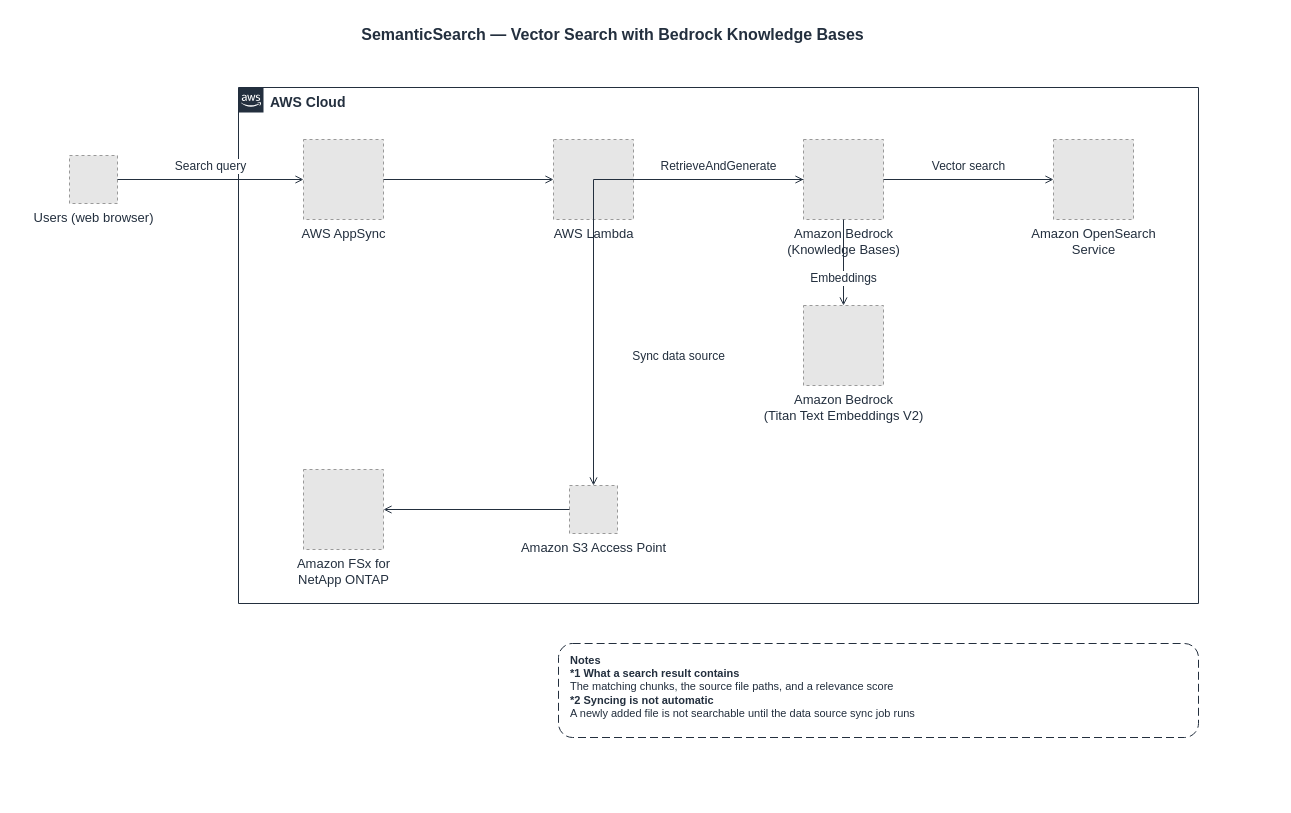
This is docs/diagrams/part3-semantic-search-en.drawio from Yoshiki0705/FSx-for-ONTAP-S3AccessPoints-Serverless-Patterns, a draw.io file, before an edit. Source tidied: cells renumbered, new cells numbered last; positions are measured from the earlier drawing's top-left corner, leaving out a move shared by most shapes. Both pictures are drawn from the tidied source at 100%, with x=0, y=0 at pixel (25, 17). Pictures stored in the file or linked from it are replaced by grey dashed boxes.
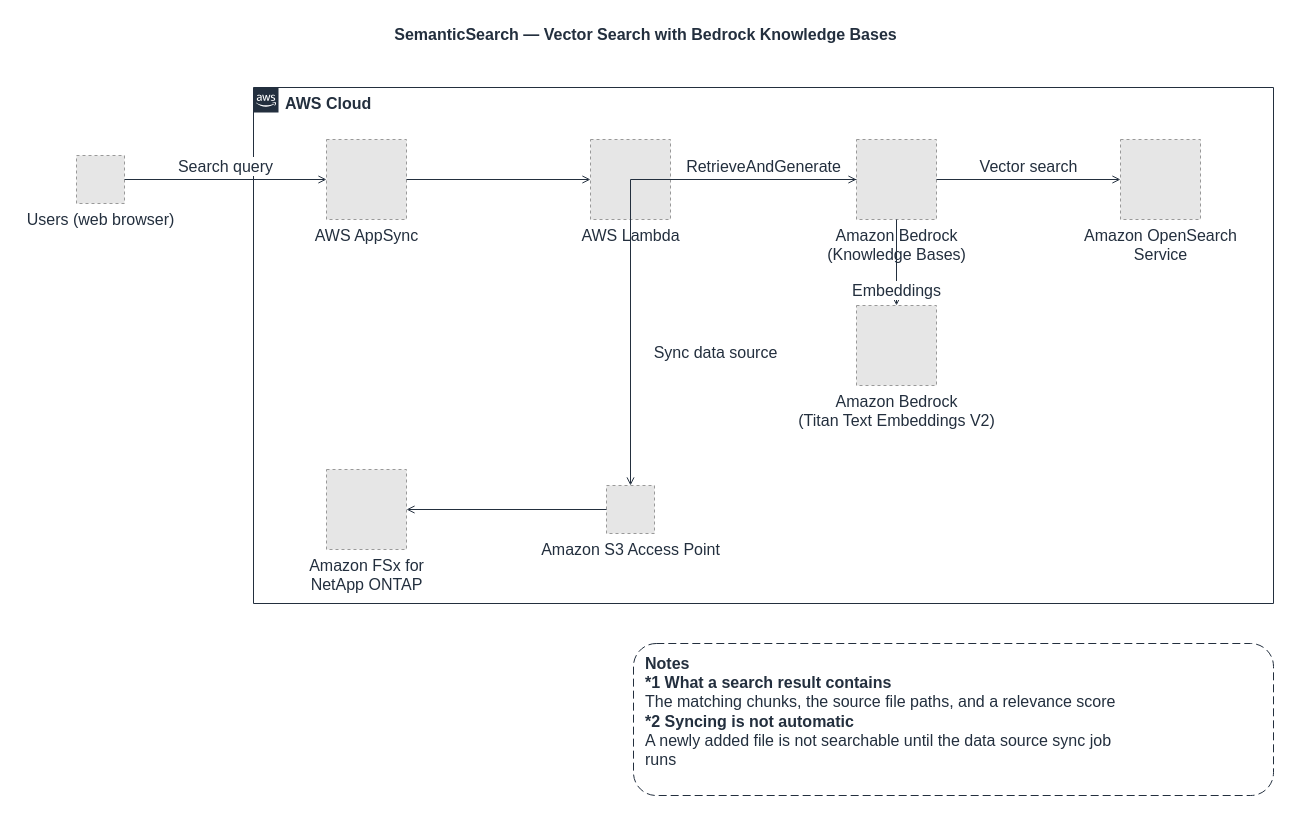
After the change.

What changed in the source:
```diff
@@
     <mxCell id="2" value="SemanticSearch — Vector Search with Bedrock Knowledge Bases" style="text;html=1;align=center;verticalAlign=middle;fontSize=16;fontStyle=1;fontColor=#232F3E;" parent="1" vertex="1">
-      <mxGeometry width="1173" height="34" as="geometry" />
+      <mxGeometry x="-8" width="1256" height="34" as="geometry" />
     </mxCell>
-    <mxCell id="3" value="AWS Cloud" style="gradientColor=none;html=1;whiteSpace=wrap;fontSize=14;fontStyle=1;shape=mxgraph.aws4.group;grIcon=mxgraph.aws4.group_aws_cloud_alt;strokeColor=#232F3E;fillColor=none;verticalAlign=top;align=left;spacingLeft=30;fontColor=#232F3E;dashed=0;" parent="1" vertex="1">
-      <mxGeometry x="213" y="70" width="960" height="516" as="geometry" />
+    <mxCell id="3" value="AWS Cloud" style="gradientColor=none;html=1;whiteSpace=wrap;fontSize=16;fontStyle=1;shape=mxgraph.aws4.group;grIcon=mxgraph.aws4.group_aws_cloud_alt;strokeColor=#232F3E;fillColor=none;verticalAlign=top;align=left;spacingLeft=30;fontColor=#232F3E;dashed=0;" parent="1" vertex="1">
+      <mxGeometry x="228" y="70" width="1020" height="516" as="geometry" />
     </mxCell>
-    <mxCell id="4" value="Users (web browser)" style="fillColor=#E6E6E6;strokeColor=#999999;dashed=1;html=1;verticalLabelPosition=bottom;verticalAlign=top;labelPosition=center;align=center;fontSize=13;fontColor=#232F3E;" parent="1" vertex="1">
-      <mxGeometry x="44" y="138" width="48" height="48" as="geometry" />
+    <mxCell id="4" value="Users (web browser)" style="fillColor=#E6E6E6;strokeColor=#999999;dashed=1;html=1;verticalLabelPosition=bottom;verticalAlign=top;labelPosition=center;align=center;fontSize=16;fontColor=#232F3E;" parent="1" vertex="1">
+      <mxGeometry x="51" y="138" width="48" height="48" as="geometry" />
     </mxCell>
-    <mxCell id="5" value="AWS AppSync" style="fillColor=#E6E6E6;strokeColor=#999999;dashed=1;html=1;verticalLabelPosition=bottom;verticalAlign=top;labelPosition=center;align=center;fontSize=13;fontColor=#232F3E;" parent="1" vertex="1">
-      <mxGeometry x="278" y="122" width="80" height="80" as="geometry" />
+    <mxCell id="5" value="AWS AppSync" style="fillColor=#E6E6E6;strokeColor=#999999;dashed=1;html=1;verticalLabelPosition=bottom;verticalAlign=top;labelPosition=center;align=center;fontSize=16;fontColor=#232F3E;" parent="1" vertex="1">
+      <mxGeometry x="301" y="122" width="80" height="80" as="geometry" />
     </mxCell>
-    <mxCell id="6" value="AWS Lambda" style="fillColor=#E6E6E6;strokeColor=#999999;dashed=1;html=1;verticalLabelPosition=bottom;verticalAlign=top;labelPosition=center;align=center;fontSize=13;fontColor=#232F3E;" parent="1" vertex="1">
-      <mxGeometry x="528" y="122" width="80" height="80" as="geometry" />
+    <mxCell id="6" value="AWS Lambda" style="fillColor=#E6E6E6;strokeColor=#999999;dashed=1;html=1;verticalLabelPosition=bottom;verticalAlign=top;labelPosition=center;align=center;fontSize=16;fontColor=#232F3E;" parent="1" vertex="1">
+      <mxGeometry x="565" y="122" width="80" height="80" as="geometry" />
     </mxCell>
-    <mxCell id="7" value="Amazon Bedrock&lt;br&gt;(Knowledge Bases)" style="fillColor=#E6E6E6;strokeColor=#999999;dashed=1;html=1;verticalLabelPosition=bottom;verticalAlign=top;labelPosition=center;align=center;fontSize=13;fontColor=#232F3E;" parent="1" vertex="1">
-      <mxGeometry x="778" y="122" width="80" height="80" as="geometry" />
+    <mxCell id="7" value="Amazon Bedrock&lt;br&gt;(Knowledge Bases)" style="fillColor=#E6E6E6;strokeColor=#999999;dashed=1;html=1;verticalLabelPosition=bottom;verticalAlign=top;labelPosition=center;align=center;fontSize=16;fontColor=#232F3E;" parent="1" vertex="1">
+      <mxGeometry x="831" y="122" width="80" height="80" as="geometry" />
     </mxCell>
-    <mxCell id="8" value="Amazon OpenSearch&lt;br&gt;Service" style="fillColor=#E6E6E6;strokeColor=#999999;dashed=1;html=1;verticalLabelPosition=bottom;verticalAlign=top;labelPosition=center;align=center;fontSize=13;fontColor=#232F3E;" parent="1" vertex="1">
-      <mxGeometry x="1028" y="122" width="80" height="80" as="geometry" />
+    <mxCell id="8" value="Amazon OpenSearch&lt;br&gt;Service" style="fillColor=#E6E6E6;strokeColor=#999999;dashed=1;html=1;verticalLabelPosition=bottom;verticalAlign=top;labelPosition=center;align=center;fontSize=16;fontColor=#232F3E;" parent="1" vertex="1">
+      <mxGeometry x="1095" y="122" width="80" height="80" as="geometry" />
     </mxCell>
-    <mxCell id="9" value="Amazon Bedrock&lt;br&gt;(Titan Text Embeddings V2)" style="fillColor=#E6E6E6;strokeColor=#999999;dashed=1;html=1;verticalLabelPosition=bottom;verticalAlign=top;labelPosition=center;align=center;fontSize=13;fontColor=#232F3E;" parent="1" vertex="1">
-      <mxGeometry x="778" y="288" width="80" height="80" as="geometry" />
+    <mxCell id="9" value="Amazon Bedrock&lt;br&gt;(Titan Text Embeddings V2)" style="fillColor=#E6E6E6;strokeColor=#999999;dashed=1;html=1;verticalLabelPosition=bottom;verticalAlign=top;labelPosition=center;align=center;fontSize=16;fontColor=#232F3E;" parent="1" vertex="1">
+      <mxGeometry x="831" y="288" width="80" height="80" as="geometry" />
     </mxCell>
-    <mxCell id="10" value="Amazon S3 Access Point" style="fillColor=#E6E6E6;strokeColor=#999999;dashed=1;html=1;verticalLabelPosition=bottom;verticalAlign=top;labelPosition=center;align=center;fontSize=13;fontColor=#232F3E;" parent="1" vertex="1">
-      <mxGeometry x="544" y="468" width="48" height="48" as="geometry" />
+    <mxCell id="10" value="Amazon S3 Access Point" style="fillColor=#E6E6E6;strokeColor=#999999;dashed=1;html=1;verticalLabelPosition=bottom;verticalAlign=top;labelPosition=center;align=center;fontSize=16;fontColor=#232F3E;" parent="1" vertex="1">
+      <mxGeometry x="581" y="468" width="48" height="48" as="geometry" />
     </mxCell>
-    <mxCell id="11" value="Amazon FSx for&lt;br&gt;NetApp ONTAP" style="fillColor=#E6E6E6;strokeColor=#999999;dashed=1;html=1;verticalLabelPosition=bottom;verticalAlign=top;labelPosition=center;align=center;fontSize=13;fontColor=#232F3E;" parent="1" vertex="1">
-      <mxGeometry x="278" y="452" width="80" height="80" as="geometry" />
+    <mxCell id="11" value="Amazon FSx for&lt;br&gt;NetApp ONTAP" style="fillColor=#E6E6E6;strokeColor=#999999;dashed=1;html=1;verticalLabelPosition=bottom;verticalAlign=top;labelPosition=center;align=center;fontSize=16;fontColor=#232F3E;" parent="1" vertex="1">
+      <mxGeometry x="301" y="452" width="80" height="80" as="geometry" />
     </mxCell>
-    <mxCell id="12" value="Search query" style="edgeStyle=orthogonalEdgeStyle;rounded=0;jettySize=auto;html=1;endArrow=open;endFill=0;strokeColor=#232F3E;strokeWidth=1;fontSize=12;fontColor=#232F3E;labelBackgroundColor=#ffffff;" parent="1" edge="1" source="4" target="5">
+    <mxCell id="12" value="Search query" style="edgeStyle=orthogonalEdgeStyle;rounded=0;jettySize=auto;html=1;endArrow=open;endFill=0;strokeColor=#232F3E;strokeWidth=1;fontSize=16;fontColor=#232F3E;labelBackgroundColor=#ffffff;" parent="1" edge="1" source="4" target="5">
       <mxGeometry relative="1" as="geometry">
         <mxPoint y="-13" as="offset" />
       </mxGeometry>
     </mxCell>
-    <mxCell id="13" style="edgeStyle=orthogonalEdgeStyle;rounded=0;jettySize=auto;html=1;endArrow=open;endFill=0;strokeColor=#232F3E;strokeWidth=1;fontSize=12;fontColor=#232F3E;labelBackgroundColor=#ffffff;" parent="1" edge="1" source="5" target="6">
+    <mxCell id="13" style="edgeStyle=orthogonalEdgeStyle;rounded=0;jettySize=auto;html=1;endArrow=open;endFill=0;strokeColor=#232F3E;strokeWidth=1;fontSize=16;fontColor=#232F3E;labelBackgroundColor=#ffffff;" parent="1" edge="1" source="5" target="6">
       <mxGeometry relative="1" as="geometry" />
     </mxCell>
-    <mxCell id="14" value="RetrieveAndGenerate" style="edgeStyle=orthogonalEdgeStyle;rounded=0;jettySize=auto;html=1;endArrow=open;endFill=0;strokeColor=#232F3E;strokeWidth=1;fontSize=12;fontColor=#232F3E;labelBackgroundColor=#ffffff;" parent="1" edge="1" source="6" target="7">
+    <mxCell id="14" value="RetrieveAndGenerate" style="edgeStyle=orthogonalEdgeStyle;rounded=0;jettySize=auto;html=1;endArrow=open;endFill=0;strokeColor=#232F3E;strokeWidth=1;fontSize=16;fontColor=#232F3E;labelBackgroundColor=#ffffff;" parent="1" edge="1" source="6" target="7">
       <mxGeometry relative="1" as="geometry">
         <mxPoint y="-13" as="offset" />
       </mxGeometry>
     </mxCell>
-    <mxCell id="15" value="Vector search" style="edgeStyle=orthogonalEdgeStyle;rounded=0;jettySize=auto;html=1;endArrow=open;endFill=0;strokeColor=#232F3E;strokeWidth=1;fontSize=12;fontColor=#232F3E;labelBackgroundColor=#ffffff;" parent="1" edge="1" source="7" target="8">
+    <mxCell id="15" value="Vector search" style="edgeStyle=orthogonalEdgeStyle;rounded=0;jettySize=auto;html=1;endArrow=open;endFill=0;strokeColor=#232F3E;strokeWidth=1;fontSize=16;fontColor=#232F3E;labelBackgroundColor=#ffffff;" parent="1" edge="1" source="7" target="8">
       <mxGeometry relative="1" as="geometry">
         <mxPoint y="-13" as="offset" />
       </mxGeometry>
     </mxCell>
-    <mxCell id="16" value="Embeddings" style="edgeStyle=orthogonalEdgeStyle;rounded=0;jettySize=auto;html=1;endArrow=open;endFill=0;strokeColor=#232F3E;strokeWidth=1;fontSize=12;fontColor=#232F3E;labelBackgroundColor=#ffffff;" parent="1" edge="1" source="7" target="9">
+    <mxCell id="16" value="Embeddings" style="edgeStyle=orthogonalEdgeStyle;rounded=0;jettySize=auto;html=1;endArrow=open;endFill=0;strokeColor=#232F3E;strokeWidth=1;fontSize=16;fontColor=#232F3E;labelBackgroundColor=#ffffff;" parent="1" edge="1" source="7" target="9">
       <mxGeometry relative="1" as="geometry">
-        <mxPoint y="16" as="offset" />
+        <mxPoint y="28" as="offset" />
       </mxGeometry>
     </mxCell>
-    <mxCell id="17" value="Sync data source" style="edgeStyle=orthogonalEdgeStyle;rounded=0;jettySize=auto;html=1;endArrow=open;endFill=0;strokeColor=#232F3E;strokeWidth=1;fontSize=12;fontColor=#232F3E;labelBackgroundColor=#ffffff;" parent="1" edge="1" source="7" target="10">
+    <mxCell id="17" value="Sync data source" style="edgeStyle=orthogonalEdgeStyle;rounded=0;jettySize=auto;html=1;endArrow=open;endFill=0;strokeColor=#232F3E;strokeWidth=1;fontSize=16;fontColor=#232F3E;labelBackgroundColor=#ffffff;" parent="1" edge="1" source="7" target="10">
       <mxGeometry x="0.5" relative="1" as="geometry">
         <mxPoint x="85" as="offset" />
       </mxGeometry>
     </mxCell>
-    <mxCell id="18" style="edgeStyle=orthogonalEdgeStyle;rounded=0;jettySize=auto;html=1;endArrow=open;endFill=0;strokeColor=#232F3E;strokeWidth=1;fontSize=12;fontColor=#232F3E;labelBackgroundColor=#ffffff;" parent="1" edge="1" source="10" target="11">
+    <mxCell id="18" style="edgeStyle=orthogonalEdgeStyle;rounded=0;jettySize=auto;html=1;endArrow=open;endFill=0;strokeColor=#232F3E;strokeWidth=1;fontSize=16;fontColor=#232F3E;labelBackgroundColor=#ffffff;" parent="1" edge="1" source="10" target="11">
       <mxGeometry relative="1" as="geometry" />
     </mxCell>
-    <mxCell id="19" value="&lt;b&gt;Notes&lt;/b&gt;&lt;br&gt;&lt;b&gt;*1 What a search result contains&lt;/b&gt;&lt;br&gt;The matching chunks, the source file paths, and a relevance score&lt;br&gt;&lt;b&gt;*2 Syncing is not automatic&lt;/b&gt;&lt;br&gt;A newly added file is not searchable until the data source sync job runs" style="rounded=1;whiteSpace=wrap;html=1;dashed=1;dashPattern=8 4;strokeColor=#232F3E;fillColor=#FFFFFF;align=left;verticalAlign=top;spacingLeft=10;spacingTop=4;fontSize=11;fontColor=#232F3E;" parent="1" vertex="1">
-      <mxGeometry x="533" y="626" width="640" height="94" as="geometry" />
+    <mxCell id="19" value="&lt;b&gt;Notes&lt;/b&gt;&lt;br&gt;&lt;b&gt;*1 What a search result contains&lt;/b&gt;&lt;br&gt;The matching chunks, the source file paths, and a relevance score&lt;br&gt;&lt;b&gt;*2 Syncing is not automatic&lt;/b&gt;&lt;br&gt;A newly added file is not searchable until the data source sync job&lt;br&gt;runs" style="rounded=1;whiteSpace=wrap;html=1;dashed=1;dashPattern=8 4;strokeColor=#232F3E;fillColor=#FFFFFF;align=left;verticalAlign=top;spacingLeft=10;spacingTop=4;fontSize=16;fontColor=#232F3E;" parent="1" vertex="1">
+      <mxGeometry x="608" y="626" width="640" height="152" as="geometry" />
     </mxCell>
```
